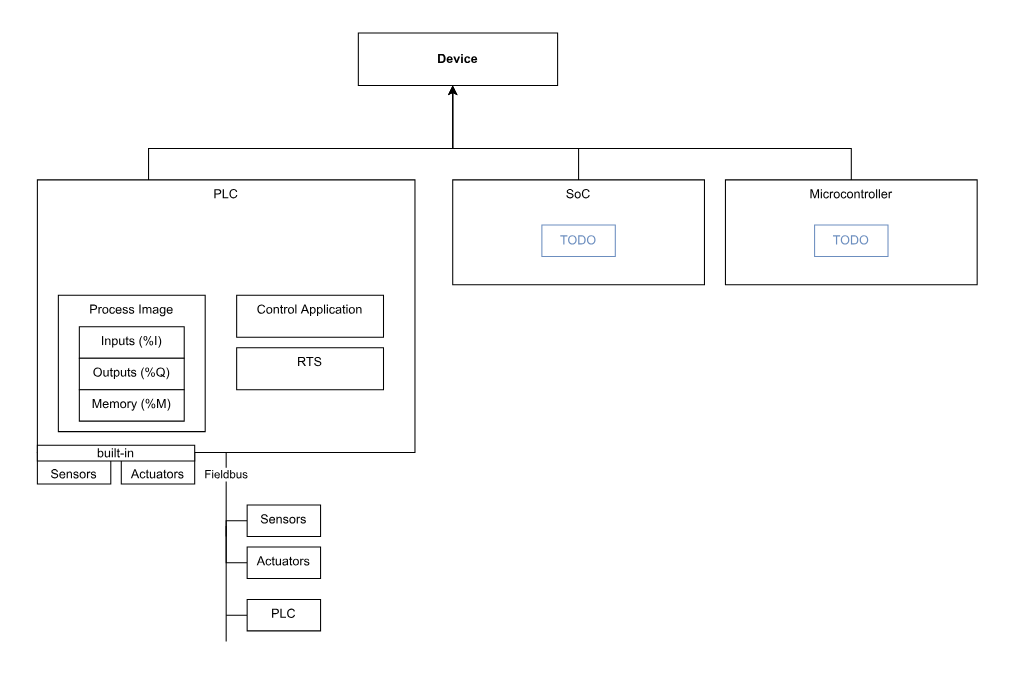
Before: docs/src/architecture/images/device-class.svg, a diagram exported from draw.io (thin-edge/thin-edge.io). Source tidied: cells renumbered, new cells last; positions are measured from the earlier drawing's top-left corner, leaving out a move shared by most shapes. Source of this version:
```xml
<mxGraphModel>
  <root>
    <mxCell id="0" />
    <mxCell id="1" parent="0" />
    <mxCell id="2" style="rounded=0;whiteSpace=wrap;html=1;fontColor=#6C8EBF;strokeColor=none;" parent="1" vertex="1">
      <mxGeometry width="970" height="640" as="geometry" />
    </mxCell>
    <mxCell id="3" style="edgeStyle=orthogonalEdgeStyle;rounded=0;jettySize=auto;html=1;" parent="1" edge="1" source="4" target="22">
      <mxGeometry relative="1" as="geometry">
        <Array as="points">
          <mxPoint x="140" y="140" />
          <mxPoint x="430" y="140" />
        </Array>
      </mxGeometry>
    </mxCell>
    <mxCell id="4" value="PLC" style="rounded=0;whiteSpace=wrap;html=1;verticalAlign=top;" parent="1" vertex="1">
      <mxGeometry x="34" y="170" width="360" height="260" as="geometry" />
    </mxCell>
    <mxCell id="5" value="Process Image" style="rounded=0;whiteSpace=wrap;html=1;verticalAlign=top;" parent="1" vertex="1">
      <mxGeometry x="54" y="280" width="140" height="130" as="geometry" />
    </mxCell>
    <mxCell id="6" value="Sensors" style="rounded=0;whiteSpace=wrap;html=1;verticalAlign=bottom;" parent="1" vertex="1">
      <mxGeometry x="34" y="430" width="70" height="30" as="geometry" />
    </mxCell>
    <mxCell id="7" value="Actuators" style="rounded=0;whiteSpace=wrap;html=1;verticalAlign=bottom;" parent="1" vertex="1">
      <mxGeometry x="114" y="430" width="70" height="30" as="geometry" />
    </mxCell>
    <mxCell id="8" value="Control Application" style="rounded=0;whiteSpace=wrap;html=1;verticalAlign=top;" parent="1" vertex="1">
      <mxGeometry x="224" y="280" width="140" height="40" as="geometry" />
    </mxCell>
    <mxCell id="9" value="RTS" style="rounded=0;whiteSpace=wrap;html=1;verticalAlign=top;" parent="1" vertex="1">
      <mxGeometry x="224" y="330" width="140" height="40" as="geometry" />
    </mxCell>
    <mxCell id="10" value="Inputs (%I)" style="rounded=0;whiteSpace=wrap;html=1;verticalAlign=top;" parent="1" vertex="1">
      <mxGeometry x="74" y="310" width="100" height="30" as="geometry" />
    </mxCell>
    <mxCell id="11" value="Outputs (%Q)" style="rounded=0;whiteSpace=wrap;html=1;verticalAlign=top;" parent="1" vertex="1">
      <mxGeometry x="74" y="340" width="100" height="30" as="geometry" />
    </mxCell>
    <mxCell id="12" value="Fieldbus" style="endArrow=none;html=1;rounded=0;" parent="1" edge="1" target="4">
      <mxGeometry x="0.77" relative="1" as="geometry">
        <mxPoint x="214" y="610" as="sourcePoint" />
      </mxGeometry>
    </mxCell>
    <mxCell id="13" style="edgeStyle=orthogonalEdgeStyle;rounded=0;jettySize=auto;html=1;endArrow=none;endFill=0;" parent="1" edge="1" source="14">
      <mxGeometry relative="1" as="geometry">
        <mxPoint x="214" y="510" as="targetPoint" />
      </mxGeometry>
    </mxCell>
    <mxCell id="14" value="Sensors" style="rounded=0;whiteSpace=wrap;html=1;verticalAlign=top;" parent="1" vertex="1">
      <mxGeometry x="234" y="480" width="70" height="30" as="geometry" />
    </mxCell>
    <mxCell id="15" style="edgeStyle=orthogonalEdgeStyle;rounded=0;jettySize=auto;html=1;endArrow=none;endFill=0;" parent="1" edge="1" source="16">
      <mxGeometry relative="1" as="geometry">
        <mxPoint x="214" y="500" as="targetPoint" />
      </mxGeometry>
    </mxCell>
    <mxCell id="16" value="Actuators" style="rounded=0;whiteSpace=wrap;html=1;verticalAlign=top;" parent="1" vertex="1">
      <mxGeometry x="234" y="520" width="70" height="30" as="geometry" />
    </mxCell>
    <mxCell id="17" style="edgeStyle=orthogonalEdgeStyle;rounded=0;jettySize=auto;html=1;endArrow=none;endFill=0;" parent="1" edge="1" source="18">
      <mxGeometry relative="1" as="geometry">
        <mxPoint x="214" y="585" as="targetPoint" />
      </mxGeometry>
    </mxCell>
    <mxCell id="18" value="PLC" style="rounded=0;whiteSpace=wrap;html=1;verticalAlign=top;" parent="1" vertex="1">
      <mxGeometry x="234" y="570" width="70" height="30" as="geometry" />
    </mxCell>
    <mxCell id="19" style="edgeStyle=orthogonalEdgeStyle;rounded=0;jettySize=auto;html=1;" parent="1" edge="1" source="20" target="22">
      <mxGeometry relative="1" as="geometry">
        <Array as="points">
          <mxPoint x="550" y="140" />
          <mxPoint x="430" y="140" />
        </Array>
      </mxGeometry>
    </mxCell>
    <mxCell id="20" value="SoC" style="rounded=0;whiteSpace=wrap;html=1;verticalAlign=top;" parent="1" vertex="1">
      <mxGeometry x="430" y="170" width="240" height="100" as="geometry" />
    </mxCell>
    <mxCell id="21" value="Memory (%M)" style="rounded=0;whiteSpace=wrap;html=1;verticalAlign=top;" parent="1" vertex="1">
      <mxGeometry x="74" y="370" width="100" height="30" as="geometry" />
    </mxCell>
    <mxCell id="22" value="&lt;strong&gt;Device&lt;/strong&gt;" style="rounded=0;whiteSpace=wrap;html=1;verticalAlign=middle;" parent="1" vertex="1">
      <mxGeometry x="340" y="30" width="190" height="50" as="geometry" />
    </mxCell>
    <mxCell id="23" style="edgeStyle=orthogonalEdgeStyle;rounded=0;jettySize=auto;html=1;" parent="1" edge="1" source="24" target="22">
      <mxGeometry relative="1" as="geometry">
        <Array as="points">
          <mxPoint x="810" y="140" />
          <mxPoint x="430" y="140" />
        </Array>
      </mxGeometry>
    </mxCell>
    <mxCell id="24" value="Microcontroller" style="rounded=0;whiteSpace=wrap;html=1;verticalAlign=top;" parent="1" vertex="1">
      <mxGeometry x="690" y="170" width="240" height="100" as="geometry" />
    </mxCell>
    <mxCell id="25" value="built-in" style="rounded=0;whiteSpace=wrap;html=1;verticalAlign=middle;align=center;" parent="1" vertex="1">
      <mxGeometry x="34" y="423" width="150" height="15" as="geometry" />
    </mxCell>
    <mxCell id="26" value="TODO" style="rounded=0;whiteSpace=wrap;html=1;verticalAlign=middle;fontColor=#6C8EBF;strokeColor=#6C8EBF;" parent="1" vertex="1">
      <mxGeometry x="515" y="213" width="70" height="30" as="geometry" />
    </mxCell>
    <mxCell id="27" value="TODO" style="rounded=0;whiteSpace=wrap;html=1;verticalAlign=middle;fontColor=#6C8EBF;strokeColor=#6C8EBF;" parent="1" vertex="1">
      <mxGeometry x="775" y="213" width="70" height="30" as="geometry" />
    </mxCell>
  </root>
</mxGraphModel>
```
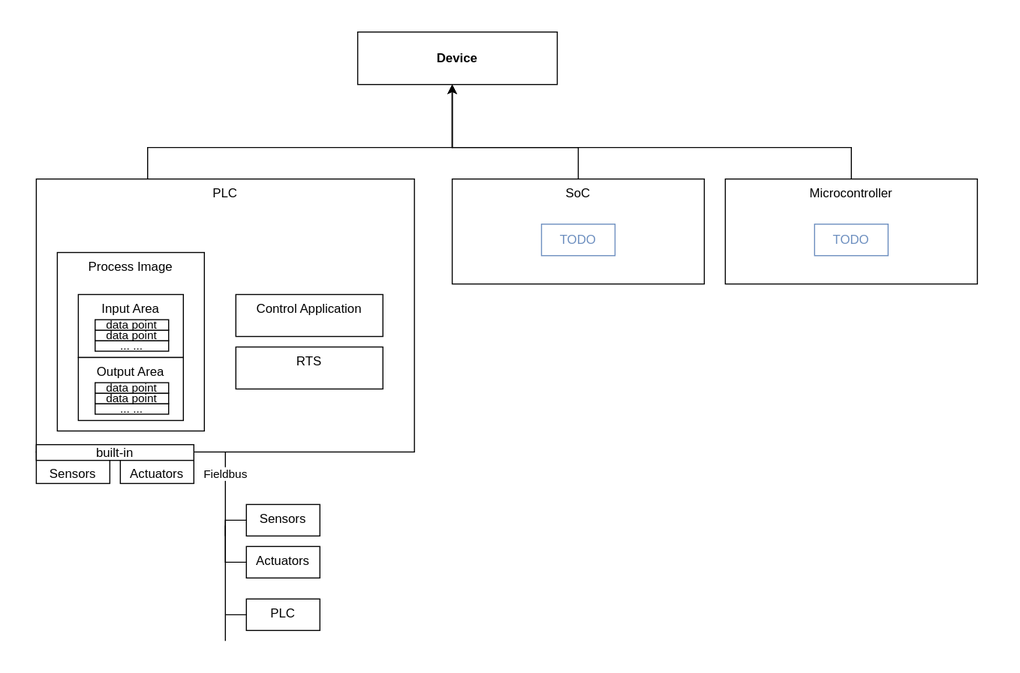
Above is the later version.

Commit message:
detailed data concept and added device concept

- added data point concept
- detailed thin-edge data concept
- added 'variables' to data concept
- added device concept

The edit, as a diff of the source:
```diff
@@ -17,7 +17,7 @@
       <mxGeometry x="34" y="170" width="360" height="260" as="geometry" />
     </mxCell>
     <mxCell id="5" value="Process Image" style="rounded=0;whiteSpace=wrap;html=1;verticalAlign=top;" parent="1" vertex="1">
-      <mxGeometry x="54" y="280" width="140" height="130" as="geometry" />
+      <mxGeometry x="54" y="240" width="140" height="170" as="geometry" />
     </mxCell>
     <mxCell id="6" value="Sensors" style="rounded=0;whiteSpace=wrap;html=1;verticalAlign=bottom;" parent="1" vertex="1">
       <mxGeometry x="34" y="430" width="70" height="30" as="geometry" />
@@ -31,12 +31,9 @@
     <mxCell id="9" value="RTS" style="rounded=0;whiteSpace=wrap;html=1;verticalAlign=top;" parent="1" vertex="1">
       <mxGeometry x="224" y="330" width="140" height="40" as="geometry" />
     </mxCell>
-    <mxCell id="10" value="Inputs (%I)" style="rounded=0;whiteSpace=wrap;html=1;verticalAlign=top;" parent="1" vertex="1">
-      <mxGeometry x="74" y="310" width="100" height="30" as="geometry" />
+    <mxCell id="10" value="Input Area" style="rounded=0;whiteSpace=wrap;html=1;verticalAlign=top;" parent="1" vertex="1">
+      <mxGeometry x="74" y="280" width="100" height="60" as="geometry" />
     </mxCell>
-    <mxCell id="11" value="Outputs (%Q)" style="rounded=0;whiteSpace=wrap;html=1;verticalAlign=top;" parent="1" vertex="1">
-      <mxGeometry x="74" y="340" width="100" height="30" as="geometry" />
-    </mxCell>
     <mxCell id="12" value="Fieldbus" style="endArrow=none;html=1;rounded=0;" parent="1" edge="1" target="4">
       <mxGeometry x="0.77" relative="1" as="geometry">
         <mxPoint x="214" y="610" as="sourcePoint" />
@@ -77,9 +74,6 @@
     <mxCell id="20" value="SoC" style="rounded=0;whiteSpace=wrap;html=1;verticalAlign=top;" parent="1" vertex="1">
       <mxGeometry x="430" y="170" width="240" height="100" as="geometry" />
     </mxCell>
-    <mxCell id="21" value="Memory (%M)" style="rounded=0;whiteSpace=wrap;html=1;verticalAlign=top;" parent="1" vertex="1">
-      <mxGeometry x="74" y="370" width="100" height="30" as="geometry" />
-    </mxCell>
     <mxCell id="22" value="&lt;strong&gt;Device&lt;/strong&gt;" style="rounded=0;whiteSpace=wrap;html=1;verticalAlign=middle;" parent="1" vertex="1">
       <mxGeometry x="340" y="30" width="190" height="50" as="geometry" />
     </mxCell>
@@ -103,5 +97,32 @@
     <mxCell id="27" value="TODO" style="rounded=0;whiteSpace=wrap;html=1;verticalAlign=middle;fontColor=#6C8EBF;strokeColor=#6C8EBF;" parent="1" vertex="1">
       <mxGeometry x="775" y="213" width="70" height="30" as="geometry" />
     </mxCell>
+    <mxCell id="28" value="Output Area" style="rounded=0;whiteSpace=wrap;html=1;verticalAlign=top;" parent="1" vertex="1">
+      <mxGeometry x="74" y="340" width="100" height="60" as="geometry" />
+    </mxCell>
+    <mxCell id="29" style="group;" parent="1" vertex="1">
+      <mxGeometry x="90" y="304" width="70" height="30" as="geometry" />
+    </mxCell>
+    <mxCell id="30" value="... ..." style="rounded=0;whiteSpace=wrap;html=1;verticalAlign=middle;fontSize=11;" parent="29" vertex="1">
+      <mxGeometry y="20" width="70" height="10" as="geometry" />
+    </mxCell>
+    <mxCell id="31" value="data point" style="rounded=0;whiteSpace=wrap;html=1;verticalAlign=middle;fontSize=11;" parent="29" vertex="1">
+      <mxGeometry y="10" width="70" height="10" as="geometry" />
+    </mxCell>
+    <mxCell id="32" value="data point" style="rounded=0;whiteSpace=wrap;html=1;verticalAlign=middle;fontSize=11;" parent="29" vertex="1">
+      <mxGeometry width="70" height="10" as="geometry" />
+    </mxCell>
+    <mxCell id="33" style="group;" parent="1" vertex="1">
+      <mxGeometry x="90" y="364" width="70" height="30" as="geometry" />
+    </mxCell>
+    <mxCell id="34" value="... ..." style="rounded=0;whiteSpace=wrap;html=1;verticalAlign=middle;fontSize=11;" parent="33" vertex="1">
+      <mxGeometry y="20" width="70" height="10" as="geometry" />
+    </mxCell>
+    <mxCell id="35" value="data point" style="rounded=0;whiteSpace=wrap;html=1;verticalAlign=middle;fontSize=11;" parent="33" vertex="1">
+      <mxGeometry y="10" width="70" height="10" as="geometry" />
+    </mxCell>
+    <mxCell id="36" value="data point" style="rounded=0;whiteSpace=wrap;html=1;verticalAlign=middle;fontSize=11;" parent="33" vertex="1">
+      <mxGeometry width="70" height="10" as="geometry" />
+    </mxCell>
   </root>
 </mxGraphModel>
```
